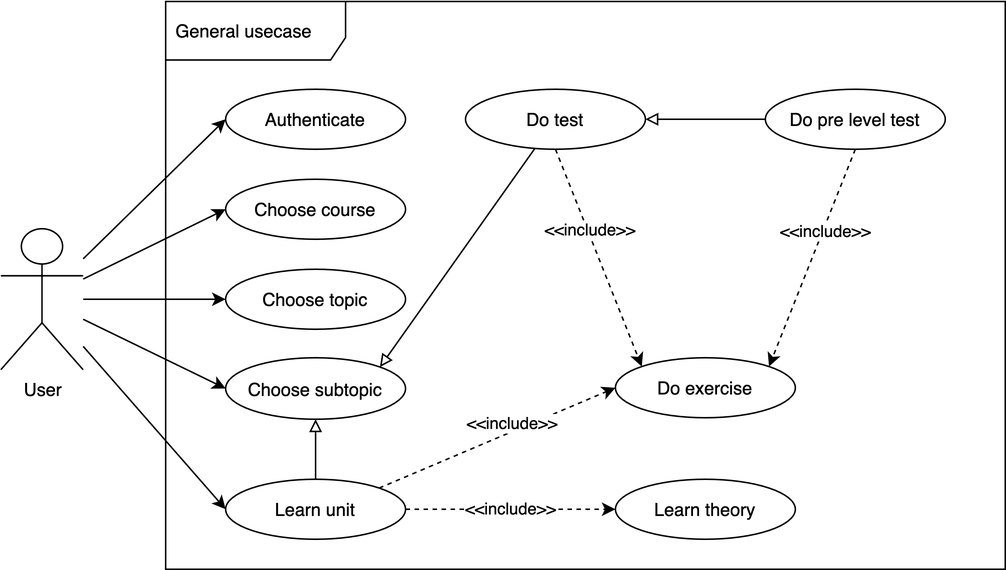
Earlier version of the draw.io export diagram-General usecase.png (linhabc/Learning_viet). Source tidied: cells renumbered, new cells last; positions are measured from the earlier drawing's top-left corner, leaving out a move shared by most shapes.
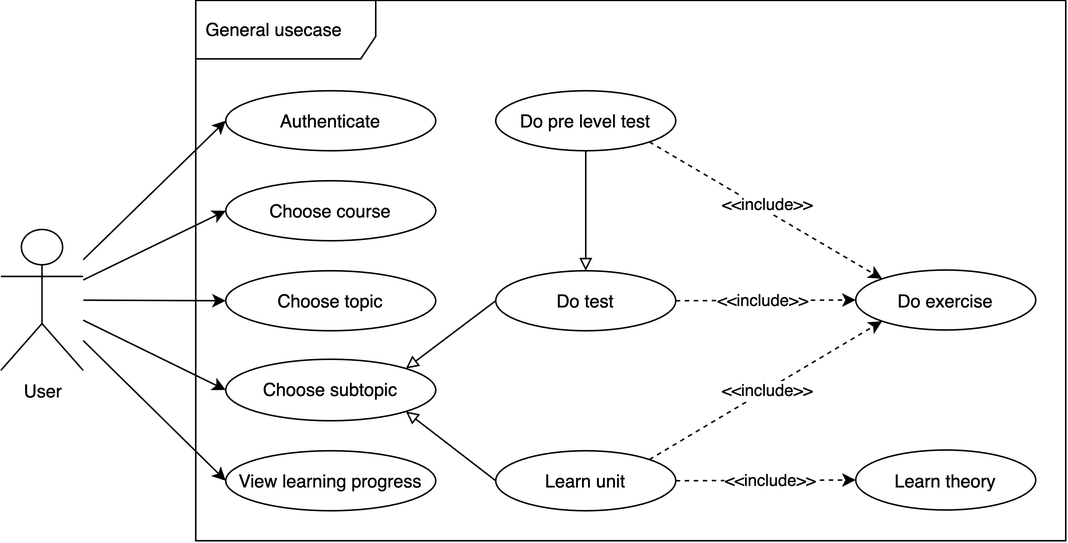
Above is the later version.

Change to the diagram source:
```diff
@@ -3,7 +3,7 @@
     <mxCell id="0" />
     <mxCell id="1" parent="0" />
     <mxCell id="2" value="General usecase" style="shape=umlFrame;whiteSpace=wrap;html=1;width=120;height=39;boundedLbl=1;verticalAlign=middle;align=left;spacingLeft=5;" parent="1" vertex="1">
-      <mxGeometry x="110" y="-0.5" width="560" height="378.5" as="geometry" />
+      <mxGeometry x="130" y="-2.2" width="580" height="360.2" as="geometry" />
     </mxCell>
     <mxCell id="3" style="edgeStyle=none;rounded=0;jettySize=auto;html=1;entryX=0;entryY=0.5;entryDx=0;entryDy=0;endArrow=classic;endFill=1;" parent="1" edge="1" source="8" target="9">
       <mxGeometry relative="1" as="geometry" />
@@ -17,43 +17,42 @@
     <mxCell id="6" style="edgeStyle=none;rounded=0;jettySize=auto;html=1;entryX=0;entryY=0.5;entryDx=0;entryDy=0;endArrow=classic;endFill=1;" parent="1" edge="1" source="8" target="18">
       <mxGeometry relative="1" as="geometry" />
     </mxCell>
-    <mxCell id="7" style="edgeStyle=none;rounded=0;jettySize=auto;html=1;entryX=0;entryY=0.5;entryDx=0;entryDy=0;" parent="1" edge="1" source="8" target="24">
-      <mxGeometry relative="1" as="geometry" />
-    </mxCell>
     <mxCell id="8" value="User" style="shape=umlActor;verticalLabelPosition=bottom;verticalAlign=top;html=1;outlineConnect=0;" parent="1" vertex="1">
-      <mxGeometry y="151" width="55" height="94" as="geometry" />
+      <mxGeometry y="150.5" width="55" height="94" as="geometry" />
     </mxCell>
     <mxCell id="9" value="Authenticate" style="ellipse;whiteSpace=wrap;html=1;" parent="1" vertex="1">
-      <mxGeometry x="150" y="58" width="120" height="40" as="geometry" />
+      <mxGeometry x="150" y="58" width="140" height="40" as="geometry" />
     </mxCell>
     <mxCell id="10" value="Learn theory" style="ellipse;whiteSpace=wrap;html=1;" parent="1" vertex="1">
-      <mxGeometry x="410" y="318" width="120" height="40" as="geometry" />
+      <mxGeometry x="570" y="297.5" width="120" height="40" as="geometry" />
     </mxCell>
     <mxCell id="11" value="Do exercise" style="ellipse;whiteSpace=wrap;html=1;" parent="1" vertex="1">
-      <mxGeometry x="410" y="237" width="120" height="40" as="geometry" />
+      <mxGeometry x="570" y="177.5" width="120" height="40" as="geometry" />
     </mxCell>
-    <mxCell id="12" style="edgeStyle=none;rounded=0;jettySize=auto;html=1;endArrow=block;endFill=0;entryX=1;entryY=0;entryDx=0;entryDy=0;" parent="1" edge="1" source="15" target="18">
+    <mxCell id="12" style="edgeStyle=none;rounded=0;jettySize=auto;html=1;endArrow=block;endFill=0;entryX=1;entryY=0;entryDx=0;entryDy=0;exitX=0;exitY=0.5;exitDx=0;exitDy=0;" parent="1" edge="1" source="15" target="18">
       <mxGeometry relative="1" as="geometry" />
     </mxCell>
-    <mxCell id="13" style="edgeStyle=none;rounded=0;jettySize=auto;html=1;endArrow=classic;endFill=1;dashed=1;exitX=0.5;exitY=1;exitDx=0;exitDy=0;entryX=0;entryY=0;entryDx=0;entryDy=0;" parent="1" edge="1" source="15" target="11">
+    <mxCell id="13" style="edgeStyle=none;rounded=0;jettySize=auto;html=1;endArrow=classic;endFill=1;dashed=1;exitX=1;exitY=0.5;exitDx=0;exitDy=0;entryX=0;entryY=0.5;entryDx=0;entryDy=0;" parent="1" edge="1" source="15" target="11">
       <mxGeometry relative="1" as="geometry" />
     </mxCell>
     <mxCell id="14" value="&amp;lt;&amp;lt;include&amp;gt;&amp;gt;" style="edgeLabel;html=1;align=center;verticalAlign=middle;" parent="13" vertex="1">
-      <mxGeometry x="-0.25" y="1" relative="1" as="geometry" />
+      <mxGeometry x="-0.25" y="1" relative="1" as="geometry">
+        <mxPoint x="13" y="1" as="offset" />
+      </mxGeometry>
     </mxCell>
     <mxCell id="15" value="Do test" style="ellipse;whiteSpace=wrap;html=1;" parent="1" vertex="1">
-      <mxGeometry x="310" y="58" width="120" height="40" as="geometry" />
+      <mxGeometry x="330" y="178" width="120" height="40" as="geometry" />
     </mxCell>
     <mxCell id="16" value="Choose course" style="ellipse;whiteSpace=wrap;html=1;" parent="1" vertex="1">
-      <mxGeometry x="150" y="118" width="120" height="40" as="geometry" />
+      <mxGeometry x="150" y="118" width="140" height="40" as="geometry" />
     </mxCell>
     <mxCell id="17" value="Choose topic" style="ellipse;whiteSpace=wrap;html=1;" parent="1" vertex="1">
-      <mxGeometry x="150" y="178" width="120" height="40" as="geometry" />
+      <mxGeometry x="150" y="178" width="140" height="40" as="geometry" />
     </mxCell>
     <mxCell id="18" value="Choose subtopic" style="ellipse;whiteSpace=wrap;html=1;" parent="1" vertex="1">
-      <mxGeometry x="150" y="237" width="120" height="41" as="geometry" />
+      <mxGeometry x="150" y="237" width="140" height="41" as="geometry" />
     </mxCell>
-    <mxCell id="19" style="edgeStyle=none;rounded=0;jettySize=auto;html=1;endArrow=block;endFill=0;" parent="1" edge="1" source="24" target="18">
+    <mxCell id="19" style="edgeStyle=none;rounded=0;jettySize=auto;html=1;endArrow=block;endFill=0;entryX=1;entryY=1;entryDx=0;entryDy=0;exitX=0;exitY=0.5;exitDx=0;exitDy=0;" parent="1" edge="1" source="24" target="18">
       <mxGeometry relative="1" as="geometry" />
     </mxCell>
     <mxCell id="20" style="edgeStyle=none;rounded=0;jettySize=auto;html=1;endArrow=classic;endFill=1;dashed=1;entryX=0;entryY=0.5;entryDx=0;entryDy=0;exitX=1;exitY=0.5;exitDx=0;exitDy=0;" parent="1" edge="1" source="24" target="10">
@@ -61,31 +60,39 @@
     </mxCell>
     <mxCell id="21" value="&amp;lt;&amp;lt;include&amp;gt;&amp;gt;" style="edgeLabel;html=1;align=center;verticalAlign=middle;" parent="20" vertex="1">
       <mxGeometry x="0.31" relative="1" as="geometry">
-        <mxPoint x="-22" as="offset" />
+        <mxPoint x="-16" as="offset" />
       </mxGeometry>
     </mxCell>
-    <mxCell id="22" style="edgeStyle=none;rounded=0;jettySize=auto;html=1;dashed=1;endArrow=classic;endFill=1;exitX=1;exitY=0;exitDx=0;exitDy=0;entryX=0;entryY=0.5;entryDx=0;entryDy=0;" parent="1" edge="1" source="24" target="11">
+    <mxCell id="22" style="edgeStyle=none;rounded=0;jettySize=auto;html=1;dashed=1;endArrow=classic;endFill=1;exitX=1;exitY=0;exitDx=0;exitDy=0;entryX=0;entryY=1;entryDx=0;entryDy=0;" parent="1" edge="1" source="24" target="11">
       <mxGeometry relative="1" as="geometry" />
     </mxCell>
     <mxCell id="23" value="&amp;lt;&amp;lt;include&amp;gt;&amp;gt;" style="edgeLabel;html=1;align=center;verticalAlign=middle;" parent="22" vertex="1">
       <mxGeometry x="0.63" relative="1" as="geometry">
-        <mxPoint x="-41" y="12" as="offset" />
+        <mxPoint x="-49" y="29" as="offset" />
       </mxGeometry>
     </mxCell>
     <mxCell id="24" value="Learn unit" style="ellipse;whiteSpace=wrap;html=1;" parent="1" vertex="1">
-      <mxGeometry x="150" y="318" width="120" height="40" as="geometry" />
+      <mxGeometry x="330" y="298" width="120" height="40" as="geometry" />
     </mxCell>
     <mxCell id="25" style="edgeStyle=none;rounded=0;jettySize=auto;html=1;endArrow=block;endFill=0;" parent="1" edge="1" source="26" target="15">
       <mxGeometry relative="1" as="geometry" />
     </mxCell>
     <mxCell id="26" value="Do pre level test" style="ellipse;whiteSpace=wrap;html=1;" parent="1" vertex="1">
-      <mxGeometry x="510" y="58" width="120" height="40" as="geometry" />
+      <mxGeometry x="330" y="58" width="120" height="40" as="geometry" />
     </mxCell>
-    <mxCell id="27" style="edgeStyle=none;rounded=0;jettySize=auto;html=1;endArrow=classic;endFill=1;dashed=1;exitX=0.5;exitY=1;exitDx=0;exitDy=0;entryX=1;entryY=0;entryDx=0;entryDy=0;" parent="1" edge="1" source="26" target="11">
+    <mxCell id="27" style="edgeStyle=none;rounded=0;jettySize=auto;html=1;endArrow=classic;endFill=1;dashed=1;exitX=1;exitY=1;exitDx=0;exitDy=0;entryX=0;entryY=0;entryDx=0;entryDy=0;" parent="1" edge="1" source="26" target="11">
       <mxGeometry relative="1" as="geometry" />
     </mxCell>
     <mxCell id="28" value="&amp;lt;&amp;lt;include&amp;gt;&amp;gt;" style="edgeLabel;html=1;align=center;verticalAlign=middle;" parent="27" vertex="1">
-      <mxGeometry x="-0.25" y="1" relative="1" as="geometry" />
+      <mxGeometry x="-0.25" y="1" relative="1" as="geometry">
+        <mxPoint x="19" y="8" as="offset" />
+      </mxGeometry>
     </mxCell>
+    <mxCell id="29" style="edgeStyle=none;rounded=0;jettySize=auto;html=1;entryX=0;entryY=0.5;entryDx=0;entryDy=0;" parent="1" edge="1" source="8" target="30">
+      <mxGeometry relative="1" as="geometry" />
+    </mxCell>
+    <mxCell id="30" value="View learning progress" style="ellipse;whiteSpace=wrap;html=1;" parent="1" vertex="1">
+      <mxGeometry x="150" y="298" width="140" height="40" as="geometry" />
+    </mxCell>
   </root>
 </mxGraphModel>
```
